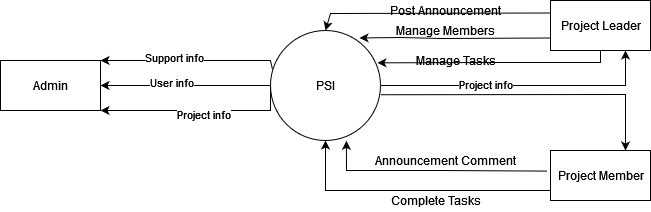
Earlier version of the draw.io export Diagrams/Data Flow Diagrams/DataFlowDiagram-Level0.png (jonel18/Group4). Source tidied: cells renumbered, new cells last; positions are measured from the earlier drawing's top-left corner, leaving out a move shared by most shapes. Source of this version:
```xml
<mxGraphModel>
  <root>
    <mxCell id="0" />
    <mxCell id="1" parent="0" />
    <mxCell id="2" value="PSI" style="shape=ellipse;html=1;dashed=0;whitespace=wrap;perimeter=ellipsePerimeter;" parent="1" vertex="1">
      <mxGeometry x="270" y="30" width="110" height="110" as="geometry" />
    </mxCell>
    <mxCell id="3" value="Admin" style="html=1;dashed=0;whitespace=wrap;" parent="1" vertex="1">
      <mxGeometry y="60" width="100" height="50" as="geometry" />
    </mxCell>
    <mxCell id="4" value="Project Leader" style="html=1;dashed=0;whitespace=wrap;" parent="1" vertex="1">
      <mxGeometry x="550" width="100" height="50" as="geometry" />
    </mxCell>
    <mxCell id="5" value="Project Member" style="html=1;dashed=0;whitespace=wrap;" parent="1" vertex="1">
      <mxGeometry x="550" y="150" width="100" height="50" as="geometry" />
    </mxCell>
    <mxCell id="6" style="endArrow=classic;html=1;rounded=0;exitX=0;exitY=0.5;exitDx=0;exitDy=0;entryX=1;entryY=1;entryDx=0;entryDy=0;" parent="1" edge="1" source="2" target="3">
      <mxGeometry relative="1" as="geometry">
        <Array as="points">
          <mxPoint x="270" y="110" />
          <mxPoint x="220" y="110" />
          <mxPoint x="180" y="110" />
        </Array>
      </mxGeometry>
    </mxCell>
    <mxCell id="7" value="Project info" style="edgeLabel;html=1;align=center;verticalAlign=middle;" parent="6" vertex="1">
      <mxGeometry x="0.28" y="4" relative="1" as="geometry">
        <mxPoint x="32" as="offset" />
      </mxGeometry>
    </mxCell>
    <mxCell id="8" style="endArrow=classic;html=1;rounded=0;exitX=0;exitY=0.5;exitDx=0;exitDy=0;" parent="1" edge="1" source="2" target="3">
      <mxGeometry relative="1" as="geometry" />
    </mxCell>
    <mxCell id="9" value="User info" style="edgeLabel;html=1;align=center;verticalAlign=middle;" parent="8" vertex="1">
      <mxGeometry x="0.3" y="-3" relative="1" as="geometry">
        <mxPoint x="11" as="offset" />
      </mxGeometry>
    </mxCell>
    <mxCell id="10" style="endArrow=classic;html=1;rounded=0;entryX=1;entryY=0;entryDx=0;entryDy=0;exitX=0.018;exitY=0.355;exitDx=0;exitDy=0;exitPerimeter=0;" parent="1" edge="1" source="2" target="3">
      <mxGeometry relative="1" as="geometry">
        <Array as="points">
          <mxPoint x="270" y="60" />
          <mxPoint x="250" y="60" />
          <mxPoint x="130" y="60" />
        </Array>
      </mxGeometry>
    </mxCell>
    <mxCell id="11" value="Support info" style="edgeLabel;html=1;align=center;verticalAlign=middle;" parent="10" vertex="1">
      <mxGeometry x="0.3" y="-3" relative="1" as="geometry">
        <mxPoint x="11" as="offset" />
      </mxGeometry>
    </mxCell>
    <mxCell id="12" style="endArrow=classic;html=1;rounded=0;exitX=1;exitY=0.5;exitDx=0;exitDy=0;entryX=0.75;entryY=1;entryDx=0;entryDy=0;" parent="1" edge="1" source="2" target="4">
      <mxGeometry relative="1" as="geometry">
        <Array as="points">
          <mxPoint x="625" y="85" />
        </Array>
      </mxGeometry>
    </mxCell>
    <mxCell id="13" value="Project info" style="edgeLabel;html=1;align=center;verticalAlign=middle;" parent="1" vertex="1">
      <mxGeometry x="250" y="130" as="geometry">
        <mxPoint x="235" y="-46" as="offset" />
      </mxGeometry>
    </mxCell>
    <mxCell id="14" value="Manage Members" style="text;html=1;align=center;verticalAlign=middle;strokeColor=none;fillColor=none;" parent="1" vertex="1">
      <mxGeometry x="390" y="20" width="110" height="20" as="geometry" />
    </mxCell>
    <mxCell id="15" style="endArrow=classic;html=1;rounded=0;exitX=0;exitY=0.75;exitDx=0;exitDy=0;entryX=0.809;entryY=0.068;entryDx=0;entryDy=0;entryPerimeter=0;" parent="1" edge="1" source="4" target="2">
      <mxGeometry relative="1" as="geometry">
        <Array as="points">
          <mxPoint x="440" y="38" />
          <mxPoint x="400" y="37" />
        </Array>
      </mxGeometry>
    </mxCell>
    <mxCell id="16" style="endArrow=classic;html=1;rounded=0;exitX=1.001;exitY=0.584;exitDx=0;exitDy=0;exitPerimeter=0;entryX=0.75;entryY=0;entryDx=0;entryDy=0;" parent="1" edge="1" source="2" target="5">
      <mxGeometry relative="1" as="geometry">
        <Array as="points">
          <mxPoint x="625" y="94" />
        </Array>
      </mxGeometry>
    </mxCell>
    <mxCell id="17" style="endArrow=classic;html=1;rounded=0;exitX=0;exitY=0.25;exitDx=0;exitDy=0;entryX=0.5;entryY=0;entryDx=0;entryDy=0;" parent="1" edge="1" source="4" target="2">
      <mxGeometry relative="1" as="geometry">
        <Array as="points">
          <mxPoint x="330" y="13" />
        </Array>
      </mxGeometry>
    </mxCell>
    <mxCell id="18" style="endArrow=classic;html=1;rounded=0;exitX=0.5;exitY=1;exitDx=0;exitDy=0;entryX=0.972;entryY=0.294;entryDx=0;entryDy=0;entryPerimeter=0;" parent="1" edge="1" source="4" target="2">
      <mxGeometry relative="1" as="geometry">
        <Array as="points">
          <mxPoint x="600" y="62" />
          <mxPoint x="490" y="62" />
        </Array>
      </mxGeometry>
    </mxCell>
    <mxCell id="19" value="Manage Tasks" style="text;html=1;align=center;verticalAlign=middle;strokeColor=none;fillColor=none;" parent="1" vertex="1">
      <mxGeometry x="405" y="50" width="100" height="20" as="geometry" />
    </mxCell>
    <mxCell id="20" value="Post Announcement" style="text;html=1;align=center;verticalAlign=middle;strokeColor=none;fillColor=none;" parent="1" vertex="1">
      <mxGeometry x="380" width="130" height="20" as="geometry" />
    </mxCell>
    <mxCell id="21" style="endArrow=classic;html=1;rounded=0;entryX=0.5;entryY=1;entryDx=0;entryDy=0;" parent="1" edge="1" target="2">
      <mxGeometry relative="1" as="geometry">
        <mxPoint x="550" y="190" as="sourcePoint" />
        <Array as="points">
          <mxPoint x="440" y="190" />
          <mxPoint x="370" y="190" />
          <mxPoint x="325" y="190" />
        </Array>
      </mxGeometry>
    </mxCell>
    <mxCell id="22" value="Complete Tasks" style="text;html=1;align=center;verticalAlign=middle;strokeColor=none;fillColor=none;" parent="1" vertex="1">
      <mxGeometry x="380" y="190" width="110" height="20" as="geometry" />
    </mxCell>
    <mxCell id="23" style="endArrow=classic;html=1;rounded=0;exitX=-0.034;exitY=0.412;exitDx=0;exitDy=0;exitPerimeter=0;entryX=0.69;entryY=1.003;entryDx=0;entryDy=0;entryPerimeter=0;" parent="1" edge="1" source="5" target="2">
      <mxGeometry relative="1" as="geometry">
        <Array as="points">
          <mxPoint x="440" y="170" />
          <mxPoint x="390" y="170" />
          <mxPoint x="346" y="170" />
        </Array>
      </mxGeometry>
    </mxCell>
    <mxCell id="24" value="Announcement Comment" style="text;html=1;align=center;verticalAlign=middle;strokeColor=none;fillColor=none;" parent="1" vertex="1">
      <mxGeometry x="365" y="150" width="160" height="20" as="geometry" />
    </mxCell>
  </root>
</mxGraphModel>
```
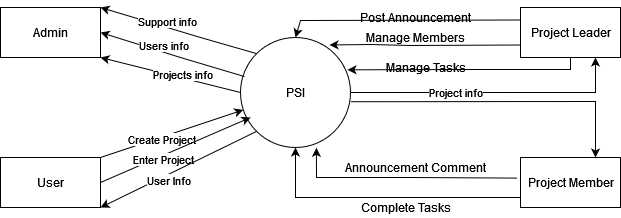
Later version of the same file.

What changed in the source:
```diff
@@ -6,7 +6,7 @@
       <mxGeometry x="270" y="30" width="110" height="110" as="geometry" />
     </mxCell>
     <mxCell id="3" value="Admin" style="html=1;dashed=0;whitespace=wrap;" parent="1" vertex="1">
-      <mxGeometry y="60" width="100" height="50" as="geometry" />
+      <mxGeometry x="30" width="100" height="50" as="geometry" />
     </mxCell>
     <mxCell id="4" value="Project Leader" style="html=1;dashed=0;whitespace=wrap;" parent="1" vertex="1">
       <mxGeometry x="550" width="100" height="50" as="geometry" />
@@ -15,33 +15,29 @@
       <mxGeometry x="550" y="150" width="100" height="50" as="geometry" />
     </mxCell>
     <mxCell id="6" style="endArrow=classic;html=1;rounded=0;exitX=0;exitY=0.5;exitDx=0;exitDy=0;entryX=1;entryY=1;entryDx=0;entryDy=0;" parent="1" edge="1" source="2" target="3">
-      <mxGeometry relative="1" as="geometry">
-        <Array as="points">
-          <mxPoint x="270" y="110" />
-          <mxPoint x="220" y="110" />
-          <mxPoint x="180" y="110" />
-        </Array>
-      </mxGeometry>
+      <mxGeometry relative="1" as="geometry" />
     </mxCell>
-    <mxCell id="7" value="Project info" style="edgeLabel;html=1;align=center;verticalAlign=middle;" parent="6" vertex="1">
+    <mxCell id="7" value="Projects info" style="edgeLabel;html=1;align=center;verticalAlign=middle;" parent="6" vertex="1">
       <mxGeometry x="0.28" y="4" relative="1" as="geometry">
         <mxPoint x="32" as="offset" />
       </mxGeometry>
     </mxCell>
-    <mxCell id="8" style="endArrow=classic;html=1;rounded=0;exitX=0;exitY=0.5;exitDx=0;exitDy=0;" parent="1" edge="1" source="2" target="3">
-      <mxGeometry relative="1" as="geometry" />
+    <mxCell id="8" style="endArrow=classic;html=1;rounded=0;exitX=0.036;exitY=0.355;exitDx=0;exitDy=0;entryX=1;entryY=0.5;entryDx=0;entryDy=0;exitPerimeter=0;" parent="1" edge="1" source="2" target="3">
+      <mxGeometry relative="1" as="geometry">
+        <Array as="points">
+          <mxPoint x="210" y="50" />
+        </Array>
+      </mxGeometry>
     </mxCell>
-    <mxCell id="9" value="User info" style="edgeLabel;html=1;align=center;verticalAlign=middle;" parent="8" vertex="1">
+    <mxCell id="9" value="Users info" style="edgeLabel;html=1;align=center;verticalAlign=middle;" parent="8" vertex="1">
       <mxGeometry x="0.3" y="-3" relative="1" as="geometry">
         <mxPoint x="11" as="offset" />
       </mxGeometry>
     </mxCell>
-    <mxCell id="10" style="endArrow=classic;html=1;rounded=0;entryX=1;entryY=0;entryDx=0;entryDy=0;exitX=0.018;exitY=0.355;exitDx=0;exitDy=0;exitPerimeter=0;" parent="1" edge="1" source="2" target="3">
+    <mxCell id="10" style="endArrow=classic;html=1;rounded=0;entryX=1;entryY=0;entryDx=0;entryDy=0;exitX=0;exitY=0;exitDx=0;exitDy=0;" parent="1" edge="1" source="2" target="3">
       <mxGeometry relative="1" as="geometry">
         <Array as="points">
-          <mxPoint x="270" y="60" />
-          <mxPoint x="250" y="60" />
-          <mxPoint x="130" y="60" />
+          <mxPoint x="230" y="30" />
         </Array>
       </mxGeometry>
     </mxCell>
@@ -126,5 +122,32 @@
     <mxCell id="24" value="Announcement Comment" style="text;html=1;align=center;verticalAlign=middle;strokeColor=none;fillColor=none;" parent="1" vertex="1">
       <mxGeometry x="365" y="150" width="160" height="20" as="geometry" />
     </mxCell>
+    <mxCell id="25" value="User" style="html=1;dashed=0;whitespace=wrap;" parent="1" vertex="1">
+      <mxGeometry x="30" y="150" width="100" height="50" as="geometry" />
+    </mxCell>
+    <mxCell id="26" style="endArrow=classic;html=1;rounded=0;exitX=1;exitY=0;exitDx=0;exitDy=0;" parent="1" edge="1" source="25" target="2">
+      <mxGeometry relative="1" as="geometry" />
+    </mxCell>
+    <mxCell id="27" value="Create Project" style="edgeLabel;html=1;align=center;verticalAlign=middle;" parent="26" vertex="1">
+      <mxGeometry x="-0.41" relative="1" as="geometry">
+        <mxPoint x="18" y="-4" as="offset" />
+      </mxGeometry>
+    </mxCell>
+    <mxCell id="28" style="endArrow=classic;html=1;rounded=0;exitX=1;exitY=0.5;exitDx=0;exitDy=0;" parent="1" edge="1" source="25">
+      <mxGeometry relative="1" as="geometry">
+        <mxPoint x="280" y="110" as="targetPoint" />
+      </mxGeometry>
+    </mxCell>
+    <mxCell id="29" value="Enter Project" style="edgeLabel;html=1;align=center;verticalAlign=middle;" parent="28" vertex="1">
+      <mxGeometry x="-0.41" relative="1" as="geometry">
+        <mxPoint x="18" y="-4" as="offset" />
+      </mxGeometry>
+    </mxCell>
+    <mxCell id="30" style="endArrow=classic;html=1;rounded=0;exitX=0;exitY=1;exitDx=0;exitDy=0;entryX=1;entryY=1;entryDx=0;entryDy=0;" parent="1" edge="1" source="2" target="25">
+      <mxGeometry relative="1" as="geometry" />
+    </mxCell>
+    <mxCell id="31" value="User Info" style="edgeLabel;html=1;align=center;verticalAlign=middle;" parent="30" vertex="1">
+      <mxGeometry x="0.16" y="5" relative="1" as="geometry" />
+    </mxCell>
   </root>
 </mxGraphModel>
```
